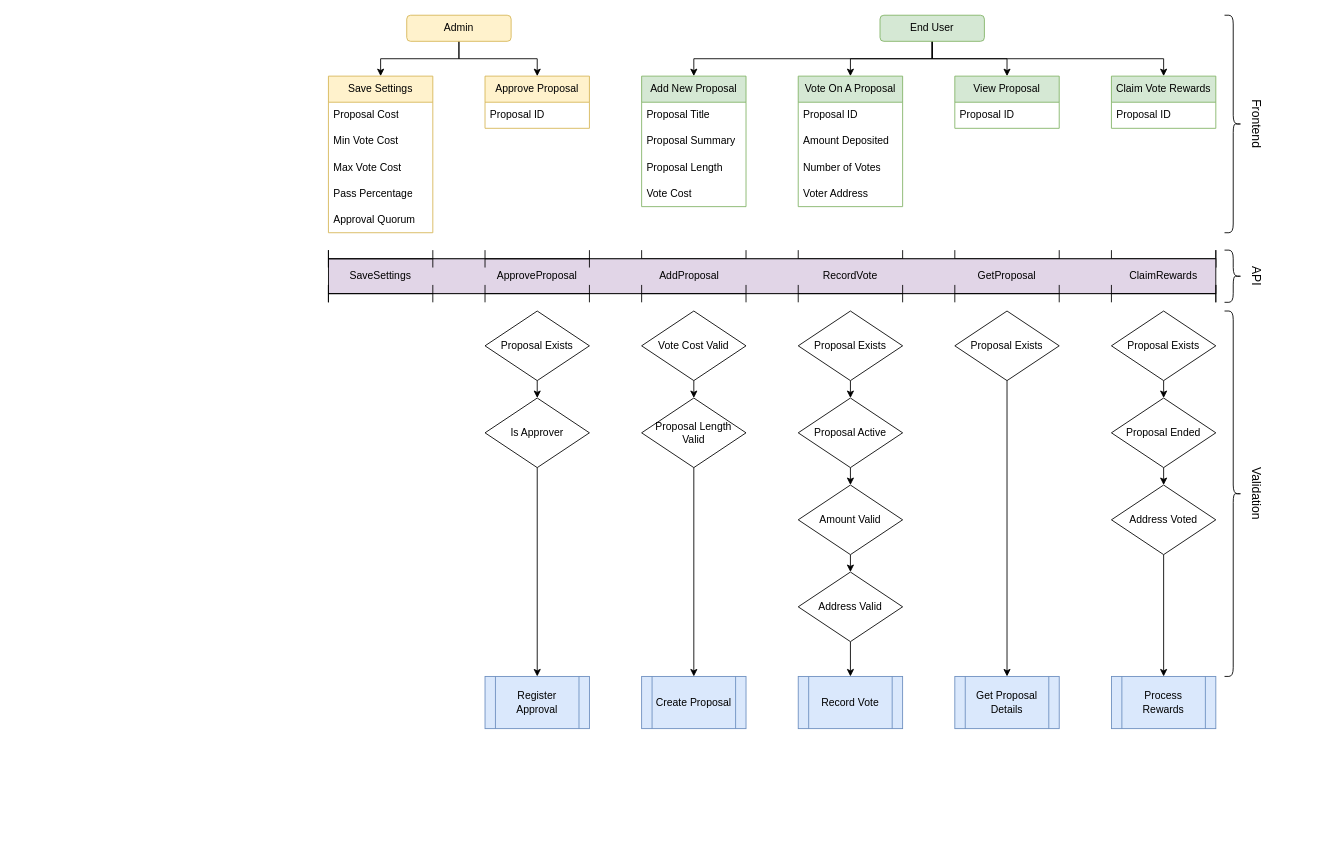
Before: Graphite.drawio in hello-adam-martin/diagrams, a draw.io diagram. Source tidied: cells renumbered, new cells numbered last; positions are measured from the earlier drawing's top-left corner, leaving out a move shared by most shapes. Both pictures are drawn from the tidied source at 87%, with x=0, y=0 at pixel (328, 15).
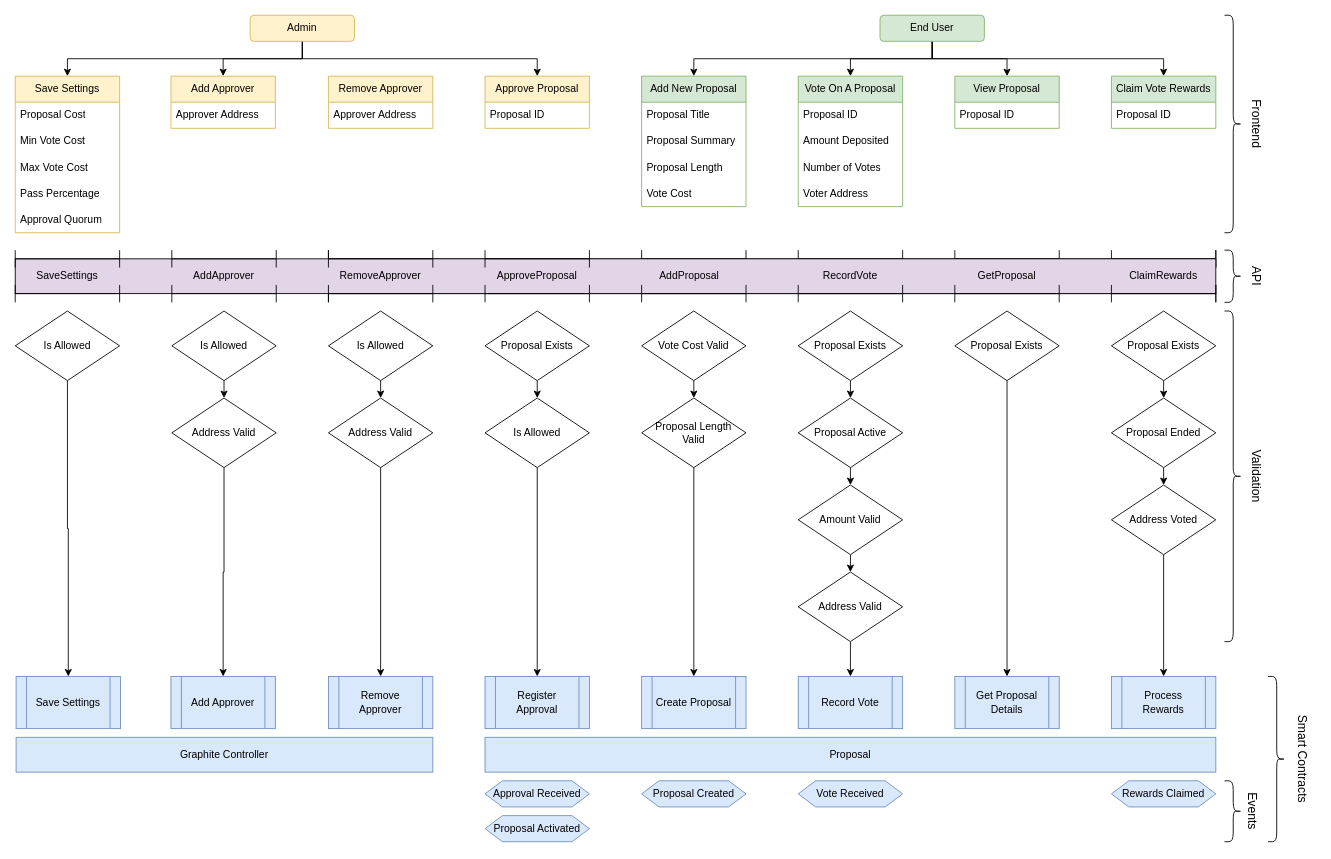
The same page after the edit.

Change to the diagram source:
```diff
@@
     <mxCell id="41" style="rounded=0;whiteSpace=wrap;html=1;fillColor=#e1d5e7;strokeColor=#000000;" parent="1" vertex="1">
-      <mxGeometry y="280" width="1020" height="40" as="geometry" />
+      <mxGeometry x="-360" y="280" width="1380" height="40" as="geometry" />
     </mxCell>
@@
+    <mxCell id="88" style="edgeStyle=orthogonalEdgeStyle;rounded=0;jettySize=auto;html=1;exitX=0.5;exitY=1;exitDx=0;exitDy=0;entryX=0.5;entryY=0;entryDx=0;entryDy=0;" parent="1" edge="1" source="58" target="92">
+      <mxGeometry relative="1" as="geometry" />
+    </mxCell>
     <mxCell id="58" value="Admin" style="rounded=1;whiteSpace=wrap;html=1;fillColor=#fff2cc;strokeColor=#d6b656;" parent="1" vertex="1">
-      <mxGeometry x="90" width="120" height="30" as="geometry" />
+      <mxGeometry x="-90" width="120" height="30" as="geometry" />
     </mxCell>
@@
-    <mxCell id="65" value="Save Settings" style="swimlane;fontStyle=0;horizontal=1;startSize=30;whiteSpace=wrap;html=1;swimlaneLine=1;fillColor=#fff2cc;strokeColor=#d6b656;" parent="1" vertex="1">
-      <mxGeometry y="70" width="120" height="180" as="geometry" />
+    <mxCell id="65" value="Add Approver" style="swimlane;fontStyle=0;horizontal=1;startSize=30;whiteSpace=wrap;html=1;swimlaneLine=1;fillColor=#fff2cc;strokeColor=#d6b656;" parent="1" vertex="1">
+      <mxGeometry x="-181" y="70" width="120" height="60" as="geometry" />
     </mxCell>
-    <mxCell id="66" value="Proposal Cost" style="text;strokeColor=none;fillColor=none;align=left;verticalAlign=middle;spacingLeft=4;spacingRight=4;overflow=hidden;whiteSpace=wrap;html=1;" parent="65" vertex="1">
+    <mxCell id="66" value="Approver Address" style="text;strokeColor=none;fillColor=none;align=left;verticalAlign=middle;spacingLeft=4;spacingRight=4;overflow=hidden;whiteSpace=wrap;html=1;" parent="65" vertex="1">
       <mxGeometry y="30" width="120" height="30" as="geometry" />
     </mxCell>
-    <mxCell id="67" value="Min Vote Cost" style="text;strokeColor=none;fillColor=none;align=left;verticalAlign=middle;spacingLeft=4;spacingRight=4;overflow=hidden;whiteSpace=wrap;html=1;" parent="65" vertex="1">
-      <mxGeometry y="60" width="120" height="30" as="geometry" />
-    </mxCell>
-    <mxCell id="68" value="Max Vote Cost" style="text;strokeColor=none;fillColor=none;align=left;verticalAlign=middle;spacingLeft=4;spacingRight=4;overflow=hidden;whiteSpace=wrap;html=1;" parent="65" vertex="1">
-      <mxGeometry y="90" width="120" height="30" as="geometry" />
-    </mxCell>
-    <mxCell id="69" value="Pass Percentage" style="text;strokeColor=none;fillColor=none;align=left;verticalAlign=middle;spacingLeft=4;spacingRight=4;overflow=hidden;whiteSpace=wrap;html=1;" parent="65" vertex="1">
-      <mxGeometry y="120" width="120" height="30" as="geometry" />
-    </mxCell>
-    <mxCell id="70" value="Approval Quorum" style="text;strokeColor=none;fillColor=none;align=left;verticalAlign=middle;spacingLeft=4;spacingRight=4;overflow=hidden;whiteSpace=wrap;html=1;" parent="65" vertex="1">
-      <mxGeometry y="150" width="120" height="30" as="geometry" />
-    </mxCell>
@@
-    <mxCell id="72" value="SaveSettings" style="text;html=1;strokeColor=none;fillColor=none;align=center;verticalAlign=middle;whiteSpace=wrap;rounded=0;" parent="1" vertex="1">
-      <mxGeometry x="5" y="285" width="110" height="30" as="geometry" />
+    <mxCell id="72" value="AddApprover" style="text;html=1;strokeColor=none;fillColor=none;align=center;verticalAlign=middle;whiteSpace=wrap;rounded=0;" parent="1" vertex="1">
+      <mxGeometry x="-175" y="285" width="110" height="30" as="geometry" />
     </mxCell>
@@
-    <mxCell id="80" value="Is Approver" style="rhombus;whiteSpace=wrap;html=1;" parent="1" vertex="1">
+    <mxCell id="80" value="Is Allowed" style="rhombus;whiteSpace=wrap;html=1;" parent="1" vertex="1">
       <mxGeometry x="180" y="440" width="120" height="80" as="geometry" />
     </mxCell>
@@
     <mxCell id="84" style="shape=curlyBracket;whiteSpace=wrap;html=1;rounded=1;flipH=1;labelPosition=right;verticalLabelPosition=middle;align=left;verticalAlign=middle;strokeColor=#000000;" parent="1" vertex="1">
-      <mxGeometry x="1030" y="340" width="20" height="420" as="geometry" />
+      <mxGeometry x="1030" y="340" width="20" height="380" as="geometry" />
     </mxCell>
     <mxCell id="85" value="Validation" style="text;html=1;strokeColor=none;fillColor=none;align=center;verticalAlign=middle;whiteSpace=wrap;rounded=0;rotation=90;fontSize=14;" parent="1" vertex="1">
-      <mxGeometry x="1030" y="535" width="75" height="30" as="geometry" />
+      <mxGeometry x="1030" y="515" width="75" height="30" as="geometry" />
     </mxCell>
@@
+    <mxCell id="89" style="edgeStyle=orthogonalEdgeStyle;rounded=0;jettySize=auto;html=1;exitX=0.5;exitY=1;exitDx=0;exitDy=0;entryX=0.5;entryY=0;entryDx=0;entryDy=0;" parent="1" edge="1" source="90" target="107">
+      <mxGeometry relative="1" as="geometry" />
+    </mxCell>
+    <mxCell id="90" value="Is Allowed" style="rhombus;whiteSpace=wrap;html=1;" parent="1" vertex="1">
+      <mxGeometry x="-180" y="340" width="120" height="80" as="geometry" />
+    </mxCell>
+    <mxCell id="91" value="Save Settings" style="shape=process;whiteSpace=wrap;html=1;backgroundOutline=1;fillColor=#dae8fc;strokeColor=#6c8ebf;" parent="1" vertex="1">
+      <mxGeometry x="-359" y="760" width="120" height="60" as="geometry" />
+    </mxCell>
+    <mxCell id="92" value="Save Settings" style="swimlane;fontStyle=0;horizontal=1;startSize=30;whiteSpace=wrap;html=1;swimlaneLine=1;fillColor=#fff2cc;strokeColor=#d6b656;" parent="1" vertex="1">
+      <mxGeometry x="-360" y="70" width="120" height="180" as="geometry" />
+    </mxCell>
+    <mxCell id="93" value="Proposal Cost" style="text;strokeColor=none;fillColor=none;align=left;verticalAlign=middle;spacingLeft=4;spacingRight=4;overflow=hidden;whiteSpace=wrap;html=1;" parent="92" vertex="1">
+      <mxGeometry y="30" width="120" height="30" as="geometry" />
+    </mxCell>
+    <mxCell id="67" value="Min Vote Cost" style="text;strokeColor=none;fillColor=none;align=left;verticalAlign=middle;spacingLeft=4;spacingRight=4;overflow=hidden;whiteSpace=wrap;html=1;" parent="92" vertex="1">
+      <mxGeometry y="60" width="120" height="30" as="geometry" />
+    </mxCell>
+    <mxCell id="68" value="Max Vote Cost" style="text;strokeColor=none;fillColor=none;align=left;verticalAlign=middle;spacingLeft=4;spacingRight=4;overflow=hidden;whiteSpace=wrap;html=1;" parent="92" vertex="1">
+      <mxGeometry y="90" width="120" height="30" as="geometry" />
+    </mxCell>
+    <mxCell id="69" value="Pass Percentage" style="text;strokeColor=none;fillColor=none;align=left;verticalAlign=middle;spacingLeft=4;spacingRight=4;overflow=hidden;whiteSpace=wrap;html=1;" parent="92" vertex="1">
+      <mxGeometry y="120" width="120" height="30" as="geometry" />
+    </mxCell>
+    <mxCell id="70" value="Approval Quorum" style="text;strokeColor=none;fillColor=none;align=left;verticalAlign=middle;spacingLeft=4;spacingRight=4;overflow=hidden;whiteSpace=wrap;html=1;" parent="92" vertex="1">
+      <mxGeometry y="150" width="120" height="30" as="geometry" />
+    </mxCell>
+    <mxCell id="94" style="shape=crossbar;whiteSpace=wrap;html=1;rounded=1;" parent="1" vertex="1">
+      <mxGeometry x="-180" y="270" width="120" height="20" as="geometry" />
+    </mxCell>
+    <mxCell id="95" style="shape=crossbar;whiteSpace=wrap;html=1;rounded=1;" parent="1" vertex="1">
+      <mxGeometry x="-180" y="310" width="120" height="20" as="geometry" />
+    </mxCell>
+    <mxCell id="96" value="RemoveApprover" style="text;html=1;strokeColor=none;fillColor=none;align=center;verticalAlign=middle;whiteSpace=wrap;rounded=0;" parent="1" vertex="1">
+      <mxGeometry x="5" y="285" width="110" height="30" as="geometry" />
+    </mxCell>
+    <mxCell id="97" value="Remove Approver" style="swimlane;fontStyle=0;horizontal=1;startSize=30;whiteSpace=wrap;html=1;swimlaneLine=1;fillColor=#fff2cc;strokeColor=#d6b656;" parent="1" vertex="1">
+      <mxGeometry y="70" width="120" height="60" as="geometry" />
+    </mxCell>
+    <mxCell id="98" value="Approver Address" style="text;strokeColor=none;fillColor=none;align=left;verticalAlign=middle;spacingLeft=4;spacingRight=4;overflow=hidden;whiteSpace=wrap;html=1;" parent="97" vertex="1">
+      <mxGeometry y="30" width="120" height="30" as="geometry" />
+    </mxCell>
+    <mxCell id="99" value="SaveSettings" style="text;html=1;strokeColor=none;fillColor=none;align=center;verticalAlign=middle;whiteSpace=wrap;rounded=0;" parent="1" vertex="1">
+      <mxGeometry x="-355" y="285" width="110" height="30" as="geometry" />
+    </mxCell>
+    <mxCell id="100" style="edgeStyle=orthogonalEdgeStyle;rounded=0;jettySize=auto;html=1;exitX=0.5;exitY=1;exitDx=0;exitDy=0;entryX=0.5;entryY=0;entryDx=0;entryDy=0;" parent="1" edge="1" source="101" target="109">
+      <mxGeometry relative="1" as="geometry" />
+    </mxCell>
+    <mxCell id="101" value="Is Allowed" style="rhombus;whiteSpace=wrap;html=1;" parent="1" vertex="1">
+      <mxGeometry y="340" width="120" height="80" as="geometry" />
+    </mxCell>
+    <mxCell id="102" style="edgeStyle=orthogonalEdgeStyle;rounded=0;jettySize=auto;html=1;exitX=0.5;exitY=1;exitDx=0;exitDy=0;entryX=0.5;entryY=0;entryDx=0;entryDy=0;" parent="1" edge="1" source="103" target="91">
+      <mxGeometry relative="1" as="geometry" />
+    </mxCell>
+    <mxCell id="103" value="Is Allowed" style="rhombus;whiteSpace=wrap;html=1;" parent="1" vertex="1">
+      <mxGeometry x="-360" y="340" width="120" height="80" as="geometry" />
+    </mxCell>
+    <mxCell id="104" style="shape=crossbar;whiteSpace=wrap;html=1;rounded=1;" parent="1" vertex="1">
+      <mxGeometry x="-360" y="270" width="120" height="20" as="geometry" />
+    </mxCell>
+    <mxCell id="105" style="shape=crossbar;whiteSpace=wrap;html=1;rounded=1;" parent="1" vertex="1">
+      <mxGeometry x="-360" y="310" width="120" height="20" as="geometry" />
+    </mxCell>
+    <mxCell id="106" style="edgeStyle=orthogonalEdgeStyle;rounded=0;jettySize=auto;html=1;exitX=0.5;exitY=1;exitDx=0;exitDy=0;entryX=0.5;entryY=0;entryDx=0;entryDy=0;" parent="1" edge="1" source="107" target="110">
+      <mxGeometry relative="1" as="geometry" />
+    </mxCell>
+    <mxCell id="107" value="Address Valid" style="rhombus;whiteSpace=wrap;html=1;" parent="1" vertex="1">
+      <mxGeometry x="-180" y="440" width="120" height="80" as="geometry" />
+    </mxCell>
+    <mxCell id="108" style="edgeStyle=orthogonalEdgeStyle;rounded=0;jettySize=auto;html=1;exitX=0.5;exitY=1;exitDx=0;exitDy=0;entryX=0.5;entryY=0;entryDx=0;entryDy=0;" parent="1" edge="1" source="109" target="111">
+      <mxGeometry relative="1" as="geometry" />
+    </mxCell>
+    <mxCell id="109" value="Address Valid" style="rhombus;whiteSpace=wrap;html=1;" parent="1" vertex="1">
+      <mxGeometry y="440" width="120" height="80" as="geometry" />
+    </mxCell>
+    <mxCell id="110" value="Add Approver" style="shape=process;whiteSpace=wrap;html=1;backgroundOutline=1;fillColor=#dae8fc;strokeColor=#6c8ebf;" parent="1" vertex="1">
+      <mxGeometry x="-181" y="760" width="120" height="60" as="geometry" />
+    </mxCell>
+    <mxCell id="111" value="Remove Approver" style="shape=process;whiteSpace=wrap;html=1;backgroundOutline=1;fillColor=#dae8fc;strokeColor=#6c8ebf;" parent="1" vertex="1">
+      <mxGeometry y="760" width="120" height="60" as="geometry" />
+    </mxCell>
+    <mxCell id="112" value="Graphite Controller" style="rounded=0;whiteSpace=wrap;html=1;fillColor=#dae8fc;strokeColor=#6c8ebf;" parent="1" vertex="1">
+      <mxGeometry x="-359" y="830" width="479" height="40" as="geometry" />
+    </mxCell>
+    <mxCell id="113" value="Proposal" style="rounded=0;whiteSpace=wrap;html=1;fillColor=#dae8fc;strokeColor=#6c8ebf;" parent="1" vertex="1">
+      <mxGeometry x="180" y="830" width="840" height="40" as="geometry" />
+    </mxCell>
+    <mxCell id="114" style="shape=curlyBracket;whiteSpace=wrap;html=1;rounded=1;flipH=1;labelPosition=right;verticalLabelPosition=middle;align=left;verticalAlign=middle;" parent="1" vertex="1">
+      <mxGeometry x="1080" y="760" width="20" height="190" as="geometry" />
+    </mxCell>
+    <mxCell id="115" value="Smart Contracts" style="text;html=1;strokeColor=none;fillColor=none;align=center;verticalAlign=middle;whiteSpace=wrap;rounded=0;rotation=90;fontSize=14;" parent="1" vertex="1">
+      <mxGeometry x="1025" y="840" width="190" height="30" as="geometry" />
+    </mxCell>
+    <mxCell id="116" value="Proposal Created" style="shape=hexagon;perimeter=hexagonPerimeter2;whiteSpace=wrap;html=1;fixedSize=1;fillColor=#dae8fc;strokeColor=#6c8ebf;" parent="1" vertex="1">
+      <mxGeometry x="360" y="880" width="120" height="30" as="geometry" />
+    </mxCell>
+    <mxCell id="117" value="Vote Received" style="shape=hexagon;perimeter=hexagonPerimeter2;whiteSpace=wrap;html=1;fixedSize=1;fillColor=#dae8fc;strokeColor=#6c8ebf;" parent="1" vertex="1">
+      <mxGeometry x="540" y="880" width="120" height="30" as="geometry" />
+    </mxCell>
+    <mxCell id="118" value="Rewards Claimed" style="shape=hexagon;perimeter=hexagonPerimeter2;whiteSpace=wrap;html=1;fixedSize=1;fillColor=#dae8fc;strokeColor=#6c8ebf;" parent="1" vertex="1">
+      <mxGeometry x="900" y="880" width="120" height="30" as="geometry" />
+    </mxCell>
+    <mxCell id="119" value="Approval Received" style="shape=hexagon;perimeter=hexagonPerimeter2;whiteSpace=wrap;html=1;fixedSize=1;fillColor=#dae8fc;strokeColor=#6c8ebf;" parent="1" vertex="1">
+      <mxGeometry x="180" y="880" width="120" height="30" as="geometry" />
+    </mxCell>
+    <mxCell id="120" value="Proposal Activated" style="shape=hexagon;perimeter=hexagonPerimeter2;whiteSpace=wrap;html=1;fixedSize=1;fillColor=#dae8fc;strokeColor=#6c8ebf;" parent="1" vertex="1">
+      <mxGeometry x="180" y="920" width="120" height="30" as="geometry" />
+    </mxCell>
+    <mxCell id="121" style="shape=curlyBracket;whiteSpace=wrap;html=1;rounded=1;flipH=1;labelPosition=right;verticalLabelPosition=middle;align=left;verticalAlign=middle;" parent="1" vertex="1">
+      <mxGeometry x="1030" y="880" width="20" height="70" as="geometry" />
+    </mxCell>
+    <mxCell id="122" value="Events" style="text;html=1;strokeColor=none;fillColor=none;align=center;verticalAlign=middle;whiteSpace=wrap;rounded=0;rotation=90;fontSize=14;" parent="1" vertex="1">
+      <mxGeometry x="1025" y="900" width="75" height="30" as="geometry" />
+    </mxCell>
```
